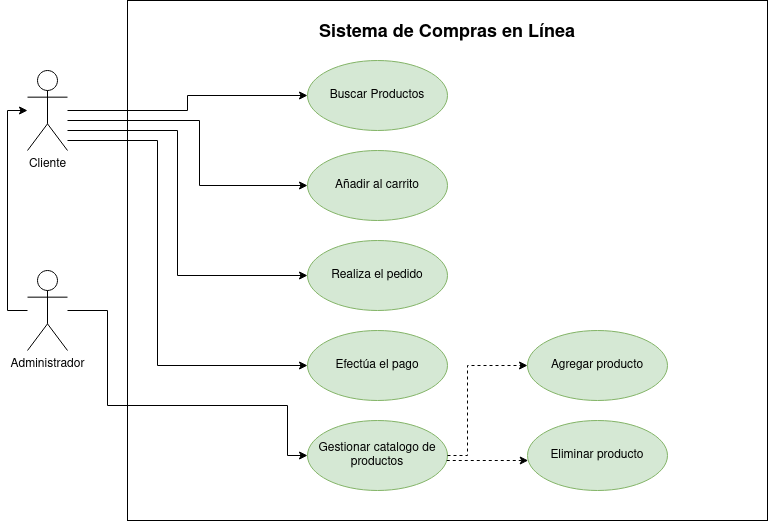
alejandrosalazargonzalez/tarea-diagramas keeps this draw.io diagram as Sistema de Compras en Línea.png. Above is the earlier version. Source tidied: cells renumbered, new cells last; positions are measured from the earlier drawing's top-left corner, leaving out a move shared by most shapes.
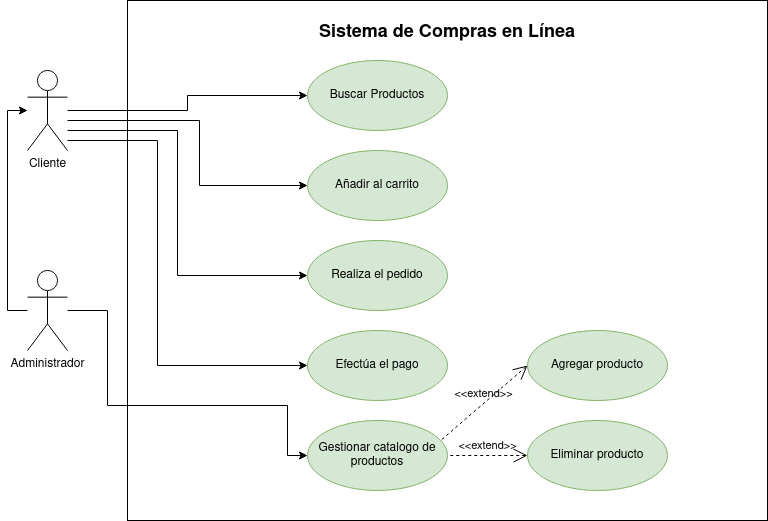
The same diagram one commit later.

Change to the diagram source:
```diff
@@ -77,24 +77,14 @@
     <mxCell id="17" value="Agregar producto" style="ellipse;whiteSpace=wrap;html=1;fillColor=#d5e8d4;strokeColor=#82b366;" parent="10" vertex="1">
       <mxGeometry x="400" y="330" width="140" height="70" as="geometry" />
     </mxCell>
-    <mxCell id="18" style="edgeStyle=orthogonalEdgeStyle;rounded=0;jettySize=auto;html=1;dashed=1;" parent="10" edge="1" source="16" target="17">
-      <mxGeometry relative="1" as="geometry">
-        <Array as="points">
-          <mxPoint x="340" y="455" />
-          <mxPoint x="340" y="365" />
-        </Array>
-      </mxGeometry>
-    </mxCell>
+    <mxCell id="21" value="&amp;lt;&amp;lt;extend&amp;gt;&amp;gt;" style="edgeStyle=none;html=1;startArrow=open;endArrow=none;startSize=12;verticalAlign=bottom;dashed=1;labelBackgroundColor=none;rounded=0;entryX=0.943;entryY=0.3;entryDx=0;entryDy=0;exitX=0;exitY=0.5;exitDx=0;exitDy=0;entryPerimeter=0;" parent="10" edge="1" source="17" target="16">
+      <mxGeometry relative="1" as="geometry" />
+    </mxCell>
     <mxCell id="19" value="Eliminar producto" style="ellipse;whiteSpace=wrap;html=1;fillColor=#d5e8d4;strokeColor=#82b366;" parent="1" vertex="1">
       <mxGeometry x="520" y="420" width="140" height="70" as="geometry" />
     </mxCell>
-    <mxCell id="20" style="edgeStyle=orthogonalEdgeStyle;rounded=0;jettySize=auto;html=1;dashed=1;" parent="1" edge="1" source="16" target="19">
-      <mxGeometry relative="1" as="geometry">
-        <Array as="points">
-          <mxPoint x="480" y="460" />
-          <mxPoint x="480" y="460" />
-        </Array>
-      </mxGeometry>
-    </mxCell>
+    <mxCell id="22" value="&amp;lt;&amp;lt;extend&amp;gt;&amp;gt;" style="edgeStyle=none;html=1;startArrow=open;endArrow=none;startSize=12;verticalAlign=bottom;dashed=1;labelBackgroundColor=none;rounded=0;entryX=1;entryY=0.5;entryDx=0;entryDy=0;exitX=0;exitY=0.5;exitDx=0;exitDy=0;" parent="1" edge="1" source="19" target="16">
+      <mxGeometry relative="1" as="geometry" />
+    </mxCell>
   </root>
 </mxGraphModel>
```
